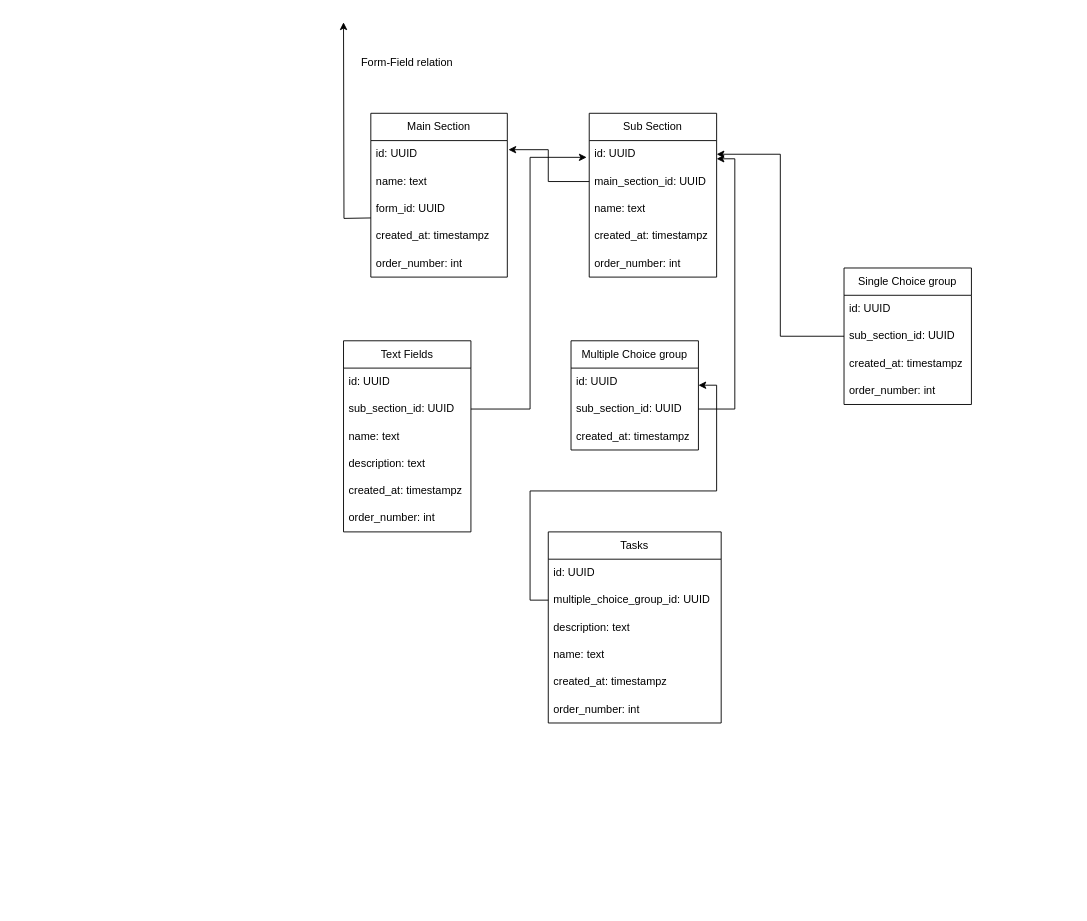
lucKulke/InspectEase keeps this draw.io diagram as next-app-supabase/docs/Database.drawio. Above is the earlier version. Source tidied: cells renumbered, new cells numbered last; positions are measured from the earlier drawing's top-left corner, leaving out a move shared by most shapes. Both pictures are drawn from the tidied source at 91%, with x=0, y=0 at pixel (343, 22).
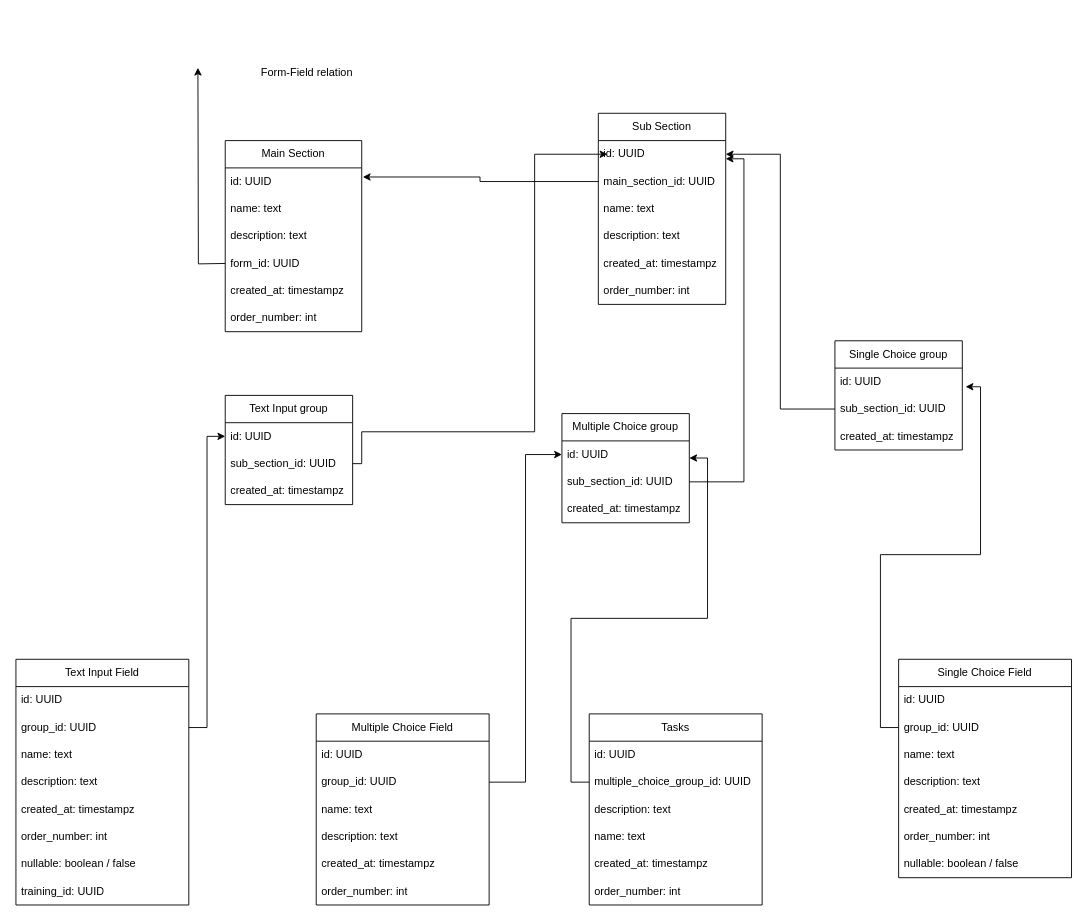
Above is the later version.

The change refers to these unchanged cells:
```xml
<mxCell id="10" value="id: UUID" style="text;strokeColor=none;fillColor=none;align=left;verticalAlign=middle;spacingLeft=4;spacingRight=4;overflow=hidden;points=[[0,0.5],[1,0.5]];portConstraint=eastwest;whiteSpace=wrap;html=1;" parent="9" vertex="1">
  <mxGeometry y="30" width="140" height="30" as="geometry" />
</mxCell>
<mxCell id="32" value="id: UUID" style="text;strokeColor=none;fillColor=none;align=left;verticalAlign=middle;spacingLeft=4;spacingRight=4;overflow=hidden;points=[[0,0.5],[1,0.5]];portConstraint=eastwest;whiteSpace=wrap;html=1;" parent="31" vertex="1">
  <mxGeometry y="30" width="140" height="30" as="geometry" />
</mxCell>
<mxCell id="36" value="id: UUID" style="text;strokeColor=none;fillColor=none;align=left;verticalAlign=middle;spacingLeft=4;spacingRight=4;overflow=hidden;points=[[0,0.5],[1,0.5]];portConstraint=eastwest;whiteSpace=wrap;html=1;" parent="35" vertex="1">
  <mxGeometry y="30" width="140" height="30" as="geometry" />
</mxCell>
```

What changed in the source:
```diff
@@
     <mxCell id="2" value="Form-Field relation" style="text;html=1;align=center;verticalAlign=middle;whiteSpace=wrap;rounded=0;" parent="1" vertex="1">
-      <mxGeometry x="10" y="30" width="120" height="30" as="geometry" />
+      <mxGeometry x="-100" y="40" width="120" height="30" as="geometry" />
     </mxCell>
     <mxCell id="3" value="Main Section" style="swimlane;fontStyle=0;horizontal=1;startSize=30;whiteSpace=wrap;html=1;" parent="1" vertex="1">
-      <mxGeometry x="30" y="100" width="150" height="180" as="geometry" />
+      <mxGeometry x="-130" y="130" width="150" height="210" as="geometry" />
     </mxCell>
@@
+    <mxCell id="44" value="description: text" style="text;strokeColor=none;fillColor=none;align=left;verticalAlign=middle;spacingLeft=4;spacingRight=4;overflow=hidden;whiteSpace=wrap;html=1;" parent="3" vertex="1">
+      <mxGeometry y="90" width="150" height="30" as="geometry" />
+    </mxCell>
     <mxCell id="6" value="form_id: UUID" style="text;strokeColor=none;fillColor=none;align=left;verticalAlign=middle;spacingLeft=4;spacingRight=4;overflow=hidden;whiteSpace=wrap;html=1;" parent="3" vertex="1">
-      <mxGeometry y="90" width="150" height="30" as="geometry" />
+      <mxGeometry y="120" width="150" height="30" as="geometry" />
     </mxCell>
     <mxCell id="7" value="created_at: timestampz" style="text;strokeColor=none;fillColor=none;align=left;verticalAlign=middle;spacingLeft=4;spacingRight=4;overflow=hidden;whiteSpace=wrap;html=1;" parent="3" vertex="1">
-      <mxGeometry y="120" width="150" height="30" as="geometry" />
+      <mxGeometry y="150" width="150" height="30" as="geometry" />
     </mxCell>
     <mxCell id="8" value="order_number: int" style="text;strokeColor=none;fillColor=none;align=left;verticalAlign=middle;spacingLeft=4;spacingRight=4;overflow=hidden;whiteSpace=wrap;html=1;" parent="3" vertex="1">
-      <mxGeometry y="150" width="150" height="30" as="geometry" />
+      <mxGeometry y="180" width="150" height="30" as="geometry" />
     </mxCell>
     <mxCell id="9" value="Sub Section" style="swimlane;fontStyle=0;horizontal=1;startSize=30;whiteSpace=wrap;html=1;" parent="1" vertex="1">
-      <mxGeometry x="270" y="100" width="140" height="180" as="geometry" />
+      <mxGeometry x="280" y="100" width="140" height="210" as="geometry" />
     </mxCell>
@@
+    <mxCell id="28" value="description: text" style="text;strokeColor=none;fillColor=none;align=left;verticalAlign=middle;spacingLeft=4;spacingRight=4;overflow=hidden;whiteSpace=wrap;html=1;" parent="9" vertex="1">
+      <mxGeometry y="120" width="140" height="30" as="geometry" />
+    </mxCell>
     <mxCell id="13" value="created_at: timestampz" style="text;strokeColor=none;fillColor=none;align=left;verticalAlign=middle;spacingLeft=4;spacingRight=4;overflow=hidden;whiteSpace=wrap;html=1;" parent="9" vertex="1">
-      <mxGeometry y="120" width="140" height="30" as="geometry" />
+      <mxGeometry y="150" width="140" height="30" as="geometry" />
     </mxCell>
     <mxCell id="14" value="order_number: int" style="text;strokeColor=none;fillColor=none;align=left;verticalAlign=middle;spacingLeft=4;spacingRight=4;overflow=hidden;whiteSpace=wrap;html=1;" parent="9" vertex="1">
-      <mxGeometry y="150" width="140" height="30" as="geometry" />
+      <mxGeometry y="180" width="140" height="30" as="geometry" />
     </mxCell>
@@
     <mxCell id="16" value="Tasks" style="swimlane;fontStyle=0;horizontal=1;startSize=30;whiteSpace=wrap;html=1;" parent="1" vertex="1">
-      <mxGeometry x="225" y="560" width="190" height="210" as="geometry" />
+      <mxGeometry x="270" y="760" width="190" height="210" as="geometry" />
     </mxCell>
@@
     <mxCell id="23" style="edgeStyle=orthogonalEdgeStyle;rounded=0;orthogonalLoop=1;jettySize=auto;html=1;" parent="1" edge="1">
       <mxGeometry relative="1" as="geometry">
-        <mxPoint x="30" y="215" as="sourcePoint" />
-        <mxPoint as="targetPoint" />
+        <mxPoint x="-130" y="265" as="sourcePoint" />
+        <mxPoint x="-160" y="50" as="targetPoint" />
       </mxGeometry>
     </mxCell>
-    <mxCell id="24" value="Text Fields" style="swimlane;fontStyle=0;horizontal=1;startSize=30;whiteSpace=wrap;html=1;" parent="1" vertex="1">
-      <mxGeometry y="350" width="140" height="210" as="geometry" />
-    </mxCell>
-    <mxCell id="25" value="id: UUID" style="text;strokeColor=none;fillColor=none;align=left;verticalAlign=middle;spacingLeft=4;spacingRight=4;overflow=hidden;points=[[0,0.5],[1,0.5]];portConstraint=eastwest;whiteSpace=wrap;html=1;" parent="24" vertex="1">
-      <mxGeometry y="30" width="140" height="30" as="geometry" />
-    </mxCell>
-    <mxCell id="26" value="sub_section_id: UUID" style="text;strokeColor=none;fillColor=none;align=left;verticalAlign=middle;spacingLeft=4;spacingRight=4;overflow=hidden;points=[[0,0.5],[1,0.5]];portConstraint=eastwest;whiteSpace=wrap;html=1;" parent="24" vertex="1">
-      <mxGeometry y="60" width="140" height="30" as="geometry" />
-    </mxCell>
-    <mxCell id="27" value="name: text" style="text;strokeColor=none;fillColor=none;align=left;verticalAlign=middle;spacingLeft=4;spacingRight=4;overflow=hidden;whiteSpace=wrap;html=1;" parent="24" vertex="1">
-      <mxGeometry y="90" width="140" height="30" as="geometry" />
-    </mxCell>
-    <mxCell id="28" value="description: text" style="text;strokeColor=none;fillColor=none;align=left;verticalAlign=middle;spacingLeft=4;spacingRight=4;overflow=hidden;whiteSpace=wrap;html=1;" parent="24" vertex="1">
-      <mxGeometry y="120" width="140" height="30" as="geometry" />
-    </mxCell>
-    <mxCell id="29" value="created_at: timestampz" style="text;strokeColor=none;fillColor=none;align=left;verticalAlign=middle;spacingLeft=4;spacingRight=4;overflow=hidden;whiteSpace=wrap;html=1;" parent="24" vertex="1">
-      <mxGeometry y="150" width="140" height="30" as="geometry" />
-    </mxCell>
-    <mxCell id="30" value="order_number: int" style="text;strokeColor=none;fillColor=none;align=left;verticalAlign=middle;spacingLeft=4;spacingRight=4;overflow=hidden;whiteSpace=wrap;html=1;" parent="24" vertex="1">
-      <mxGeometry y="180" width="140" height="30" as="geometry" />
-    </mxCell>
     <mxCell id="31" value="Multiple Choice group" style="swimlane;fontStyle=0;horizontal=1;startSize=30;whiteSpace=wrap;html=1;" parent="1" vertex="1">
-      <mxGeometry x="250" y="350" width="140" height="120" as="geometry" />
+      <mxGeometry x="240" y="430" width="140" height="120" as="geometry" />
     </mxCell>
@@
     <mxCell id="35" value="Single Choice group" style="swimlane;fontStyle=0;horizontal=1;startSize=30;whiteSpace=wrap;html=1;" parent="1" vertex="1">
-      <mxGeometry x="550" y="270" width="140" height="150" as="geometry" />
+      <mxGeometry x="540" y="350" width="140" height="120" as="geometry" />
     </mxCell>
@@
-    <mxCell id="39" value="order_number: int" style="text;strokeColor=none;fillColor=none;align=left;verticalAlign=middle;spacingLeft=4;spacingRight=4;overflow=hidden;whiteSpace=wrap;html=1;" parent="35" vertex="1">
-      <mxGeometry y="120" width="140" height="30" as="geometry" />
-    </mxCell>
@@
-    <mxCell id="42" style="edgeStyle=orthogonalEdgeStyle;rounded=0;jettySize=auto;html=1;entryX=-0.02;entryY=0.613;entryDx=0;entryDy=0;entryPerimeter=0;" parent="1" edge="1" source="26" target="10">
-      <mxGeometry relative="1" as="geometry" />
-    </mxCell>
@@
+    <mxCell id="45" value="Text Input Field" style="swimlane;fontStyle=0;horizontal=1;startSize=30;whiteSpace=wrap;html=1;" parent="1" vertex="1">
+      <mxGeometry x="-360" y="700" width="190" height="270" as="geometry" />
+    </mxCell>
+    <mxCell id="46" value="id: UUID" style="text;strokeColor=none;fillColor=none;align=left;verticalAlign=middle;spacingLeft=4;spacingRight=4;overflow=hidden;whiteSpace=wrap;html=1;" parent="45" vertex="1">
+      <mxGeometry y="30" width="190" height="30" as="geometry" />
+    </mxCell>
+    <mxCell id="47" value="group_id: UUID" style="text;strokeColor=none;fillColor=none;align=left;verticalAlign=middle;spacingLeft=4;spacingRight=4;overflow=hidden;points=[[0,0.5],[1,0.5]];portConstraint=eastwest;whiteSpace=wrap;html=1;" parent="45" vertex="1">
+      <mxGeometry y="60" width="190" height="30" as="geometry" />
+    </mxCell>
+    <mxCell id="48" value="name: text" style="text;strokeColor=none;fillColor=none;align=left;verticalAlign=middle;spacingLeft=4;spacingRight=4;overflow=hidden;whiteSpace=wrap;html=1;" parent="45" vertex="1">
+      <mxGeometry y="90" width="190" height="30" as="geometry" />
+    </mxCell>
+    <mxCell id="49" value="description: text" style="text;strokeColor=none;fillColor=none;align=left;verticalAlign=middle;spacingLeft=4;spacingRight=4;overflow=hidden;whiteSpace=wrap;html=1;" parent="45" vertex="1">
+      <mxGeometry y="120" width="190" height="30" as="geometry" />
+    </mxCell>
+    <mxCell id="50" value="created_at: timestampz" style="text;strokeColor=none;fillColor=none;align=left;verticalAlign=middle;spacingLeft=4;spacingRight=4;overflow=hidden;whiteSpace=wrap;html=1;" parent="45" vertex="1">
+      <mxGeometry y="150" width="190" height="30" as="geometry" />
+    </mxCell>
+    <mxCell id="51" value="order_number: int" style="text;strokeColor=none;fillColor=none;align=left;verticalAlign=middle;spacingLeft=4;spacingRight=4;overflow=hidden;whiteSpace=wrap;html=1;" parent="45" vertex="1">
+      <mxGeometry y="180" width="190" height="30" as="geometry" />
+    </mxCell>
+    <mxCell id="52" value="nullable: boolean / false" style="text;strokeColor=none;fillColor=none;align=left;verticalAlign=middle;spacingLeft=4;spacingRight=4;overflow=hidden;whiteSpace=wrap;html=1;" parent="45" vertex="1">
+      <mxGeometry y="210" width="190" height="30" as="geometry" />
+    </mxCell>
+    <mxCell id="53" value="training_id: UUID" style="text;strokeColor=none;fillColor=none;align=left;verticalAlign=middle;spacingLeft=4;spacingRight=4;overflow=hidden;whiteSpace=wrap;html=1;" parent="45" vertex="1">
+      <mxGeometry y="240" width="190" height="30" as="geometry" />
+    </mxCell>
+    <mxCell id="54" value="Text Input group" style="swimlane;fontStyle=0;horizontal=1;startSize=30;whiteSpace=wrap;html=1;" parent="1" vertex="1">
+      <mxGeometry x="-130" y="410" width="140" height="120" as="geometry" />
+    </mxCell>
+    <mxCell id="25" value="id: UUID" style="text;strokeColor=none;fillColor=none;align=left;verticalAlign=middle;spacingLeft=4;spacingRight=4;overflow=hidden;points=[[0,0.5],[1,0.5]];portConstraint=eastwest;whiteSpace=wrap;html=1;" parent="54" vertex="1">
+      <mxGeometry y="30" width="140" height="30" as="geometry" />
+    </mxCell>
+    <mxCell id="26" value="sub_section_id: UUID" style="text;strokeColor=none;fillColor=none;align=left;verticalAlign=middle;spacingLeft=4;spacingRight=4;overflow=hidden;points=[[0,0.5],[1,0.5]];portConstraint=eastwest;whiteSpace=wrap;html=1;" parent="54" vertex="1">
+      <mxGeometry y="60" width="140" height="30" as="geometry" />
+    </mxCell>
+    <mxCell id="55" value="created_at: timestampz" style="text;strokeColor=none;fillColor=none;align=left;verticalAlign=middle;spacingLeft=4;spacingRight=4;overflow=hidden;whiteSpace=wrap;html=1;" parent="54" vertex="1">
+      <mxGeometry y="90" width="140" height="30" as="geometry" />
+    </mxCell>
+    <mxCell id="56" style="edgeStyle=orthogonalEdgeStyle;rounded=0;jettySize=auto;html=1;exitX=1;exitY=0.5;exitDx=0;exitDy=0;" parent="1" edge="1" source="26">
+      <mxGeometry relative="1" as="geometry">
+        <mxPoint x="290" y="145" as="targetPoint" />
+        <Array as="points">
+          <mxPoint x="20" y="485" />
+          <mxPoint x="20" y="450" />
+          <mxPoint x="210" y="450" />
+          <mxPoint x="210" y="145" />
+        </Array>
+      </mxGeometry>
+    </mxCell>
+    <mxCell id="57" style="edgeStyle=orthogonalEdgeStyle;rounded=0;jettySize=auto;html=1;entryX=0;entryY=0.5;entryDx=0;entryDy=0;" parent="1" edge="1" source="47" target="25">
+      <mxGeometry relative="1" as="geometry" />
+    </mxCell>
+    <mxCell id="58" value="Multiple C&lt;span style=&quot;background-color: transparent; color: light-dark(rgb(0, 0, 0), rgb(255, 255, 255));&quot;&gt;hoice Field&lt;/span&gt;" style="swimlane;fontStyle=0;horizontal=1;startSize=30;whiteSpace=wrap;html=1;" parent="1" vertex="1">
+      <mxGeometry x="-30" y="760" width="190" height="210" as="geometry" />
+    </mxCell>
+    <mxCell id="59" value="id: UUID" style="text;strokeColor=none;fillColor=none;align=left;verticalAlign=middle;spacingLeft=4;spacingRight=4;overflow=hidden;whiteSpace=wrap;html=1;" parent="58" vertex="1">
+      <mxGeometry y="30" width="190" height="30" as="geometry" />
+    </mxCell>
+    <mxCell id="60" value="group_id: UUID" style="text;strokeColor=none;fillColor=none;align=left;verticalAlign=middle;spacingLeft=4;spacingRight=4;overflow=hidden;points=[[0,0.5],[1,0.5]];portConstraint=eastwest;whiteSpace=wrap;html=1;" parent="58" vertex="1">
+      <mxGeometry y="60" width="190" height="30" as="geometry" />
+    </mxCell>
+    <mxCell id="61" value="name: text" style="text;strokeColor=none;fillColor=none;align=left;verticalAlign=middle;spacingLeft=4;spacingRight=4;overflow=hidden;whiteSpace=wrap;html=1;" parent="58" vertex="1">
+      <mxGeometry y="90" width="190" height="30" as="geometry" />
+    </mxCell>
+    <mxCell id="62" value="description: text" style="text;strokeColor=none;fillColor=none;align=left;verticalAlign=middle;spacingLeft=4;spacingRight=4;overflow=hidden;whiteSpace=wrap;html=1;" parent="58" vertex="1">
+      <mxGeometry y="120" width="190" height="30" as="geometry" />
+    </mxCell>
+    <mxCell id="63" value="created_at: timestampz" style="text;strokeColor=none;fillColor=none;align=left;verticalAlign=middle;spacingLeft=4;spacingRight=4;overflow=hidden;whiteSpace=wrap;html=1;" parent="58" vertex="1">
+      <mxGeometry y="150" width="190" height="30" as="geometry" />
+    </mxCell>
+    <mxCell id="64" value="order_number: int" style="text;strokeColor=none;fillColor=none;align=left;verticalAlign=middle;spacingLeft=4;spacingRight=4;overflow=hidden;whiteSpace=wrap;html=1;" parent="58" vertex="1">
+      <mxGeometry y="180" width="190" height="30" as="geometry" />
+    </mxCell>
+    <mxCell id="65" value="Single C&lt;span style=&quot;background-color: transparent; color: light-dark(rgb(0, 0, 0), rgb(255, 255, 255));&quot;&gt;hoice Field&lt;/span&gt;" style="swimlane;fontStyle=0;horizontal=1;startSize=30;whiteSpace=wrap;html=1;" parent="1" vertex="1">
+      <mxGeometry x="610" y="700" width="190" height="240" as="geometry" />
+    </mxCell>
+    <mxCell id="66" value="id: UUID" style="text;strokeColor=none;fillColor=none;align=left;verticalAlign=middle;spacingLeft=4;spacingRight=4;overflow=hidden;whiteSpace=wrap;html=1;" parent="65" vertex="1">
+      <mxGeometry y="30" width="190" height="30" as="geometry" />
+    </mxCell>
+    <mxCell id="67" value="group_id: UUID" style="text;strokeColor=none;fillColor=none;align=left;verticalAlign=middle;spacingLeft=4;spacingRight=4;overflow=hidden;points=[[0,0.5],[1,0.5]];portConstraint=eastwest;whiteSpace=wrap;html=1;" parent="65" vertex="1">
+      <mxGeometry y="60" width="190" height="30" as="geometry" />
+    </mxCell>
+    <mxCell id="68" value="name: text" style="text;strokeColor=none;fillColor=none;align=left;verticalAlign=middle;spacingLeft=4;spacingRight=4;overflow=hidden;whiteSpace=wrap;html=1;" parent="65" vertex="1">
+      <mxGeometry y="90" width="190" height="30" as="geometry" />
+    </mxCell>
+    <mxCell id="69" value="description: text" style="text;strokeColor=none;fillColor=none;align=left;verticalAlign=middle;spacingLeft=4;spacingRight=4;overflow=hidden;whiteSpace=wrap;html=1;" parent="65" vertex="1">
+      <mxGeometry y="120" width="190" height="30" as="geometry" />
+    </mxCell>
+    <mxCell id="70" value="created_at: timestampz" style="text;strokeColor=none;fillColor=none;align=left;verticalAlign=middle;spacingLeft=4;spacingRight=4;overflow=hidden;whiteSpace=wrap;html=1;" parent="65" vertex="1">
+      <mxGeometry y="150" width="190" height="30" as="geometry" />
+    </mxCell>
+    <mxCell id="71" value="order_number: int" style="text;strokeColor=none;fillColor=none;align=left;verticalAlign=middle;spacingLeft=4;spacingRight=4;overflow=hidden;whiteSpace=wrap;html=1;" parent="65" vertex="1">
+      <mxGeometry y="180" width="190" height="30" as="geometry" />
+    </mxCell>
+    <mxCell id="72" value="nullable: boolean / false" style="text;strokeColor=none;fillColor=none;align=left;verticalAlign=middle;spacingLeft=4;spacingRight=4;overflow=hidden;whiteSpace=wrap;html=1;" parent="65" vertex="1">
+      <mxGeometry y="210" width="190" height="30" as="geometry" />
+    </mxCell>
+    <mxCell id="73" style="edgeStyle=orthogonalEdgeStyle;rounded=0;jettySize=auto;html=1;entryX=1.026;entryY=0.683;entryDx=0;entryDy=0;entryPerimeter=0;" parent="1" edge="1" source="67" target="36">
+      <mxGeometry relative="1" as="geometry" />
+    </mxCell>
+    <mxCell id="74" style="edgeStyle=orthogonalEdgeStyle;rounded=0;jettySize=auto;html=1;entryX=0;entryY=0.5;entryDx=0;entryDy=0;" parent="1" edge="1" source="60" target="32">
+      <mxGeometry relative="1" as="geometry" />
+    </mxCell>
```
